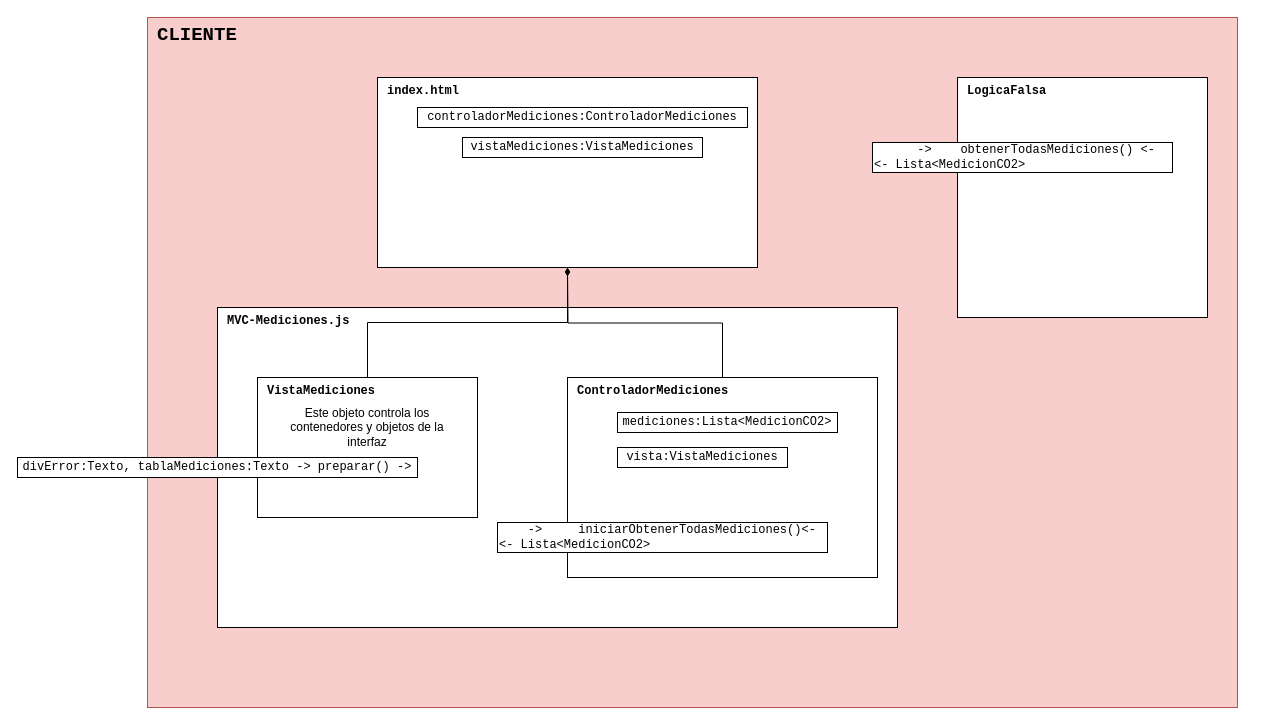
This is doc/DiseñoClienteWeb.drawio from GTI-3A-Pure-Life/Pure-Life-WebApp, a draw.io file, before an edit. Source tidied: cells renumbered, new cells numbered last; positions are measured from the earlier drawing's top-left corner, leaving out a move shared by most shapes. Both pictures are drawn from the tidied source at 100%, with x=0, y=0 at pixel (17, 17).
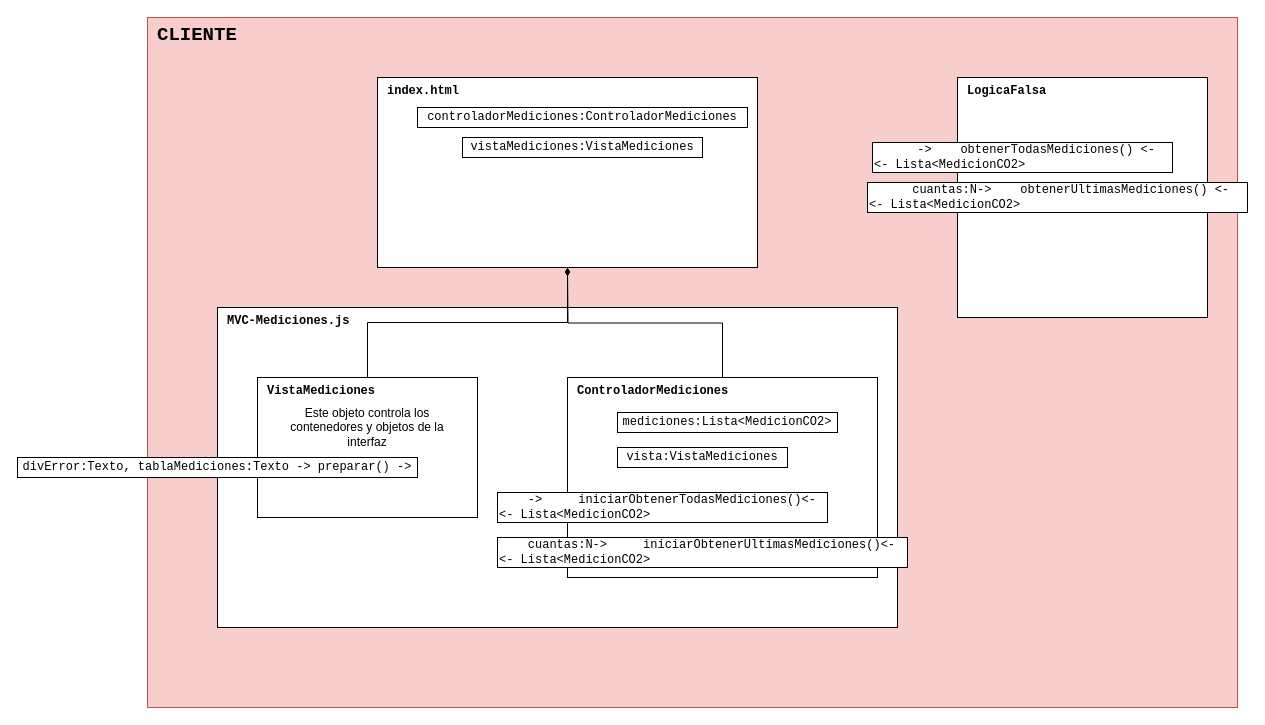
Above is the later version.

Change to the diagram source:
```diff
@@
     <mxCell id="12" value="&amp;nbsp; &amp;nbsp; -&amp;gt;&amp;nbsp; &amp;nbsp; &amp;nbsp;iniciarObtenerTodasMediciones()&amp;lt;-&lt;br&gt;&lt;span style=&quot;text-align: center&quot;&gt;&amp;lt;- Lista&amp;lt;MedicionCO2&amp;gt;&lt;/span&gt;" style="rounded=0;whiteSpace=wrap;html=1;fontFamily=Courier New;align=left;" parent="1" vertex="1">
-      <mxGeometry x="480" y="505" width="330" height="30" as="geometry" />
+      <mxGeometry x="480" y="475" width="330" height="30" as="geometry" />
     </mxCell>
@@
+    <mxCell id="18" value="&amp;nbsp; &amp;nbsp; &amp;nbsp; cuantas:N-&amp;gt;&amp;nbsp; &amp;nbsp; obtenerUltimasMediciones() &amp;lt;-&lt;br&gt;&amp;lt;- Lista&amp;lt;MedicionCO2&amp;gt;" style="rounded=0;whiteSpace=wrap;html=1;fontFamily=Courier New;align=left;" parent="1" vertex="1">
+      <mxGeometry x="850" y="165" width="380" height="30" as="geometry" />
+    </mxCell>
+    <mxCell id="19" value="&amp;nbsp; &amp;nbsp; cuantas:N-&amp;gt;&amp;nbsp; &amp;nbsp; &amp;nbsp;iniciarObtenerUltimasMediciones()&amp;lt;-&lt;br&gt;&lt;span style=&quot;text-align: center&quot;&gt;&amp;lt;- Lista&amp;lt;MedicionCO2&amp;gt;&lt;/span&gt;" style="rounded=0;whiteSpace=wrap;html=1;fontFamily=Courier New;align=left;" parent="1" vertex="1">
+      <mxGeometry x="480" y="520" width="410" height="30" as="geometry" />
+    </mxCell>
```
